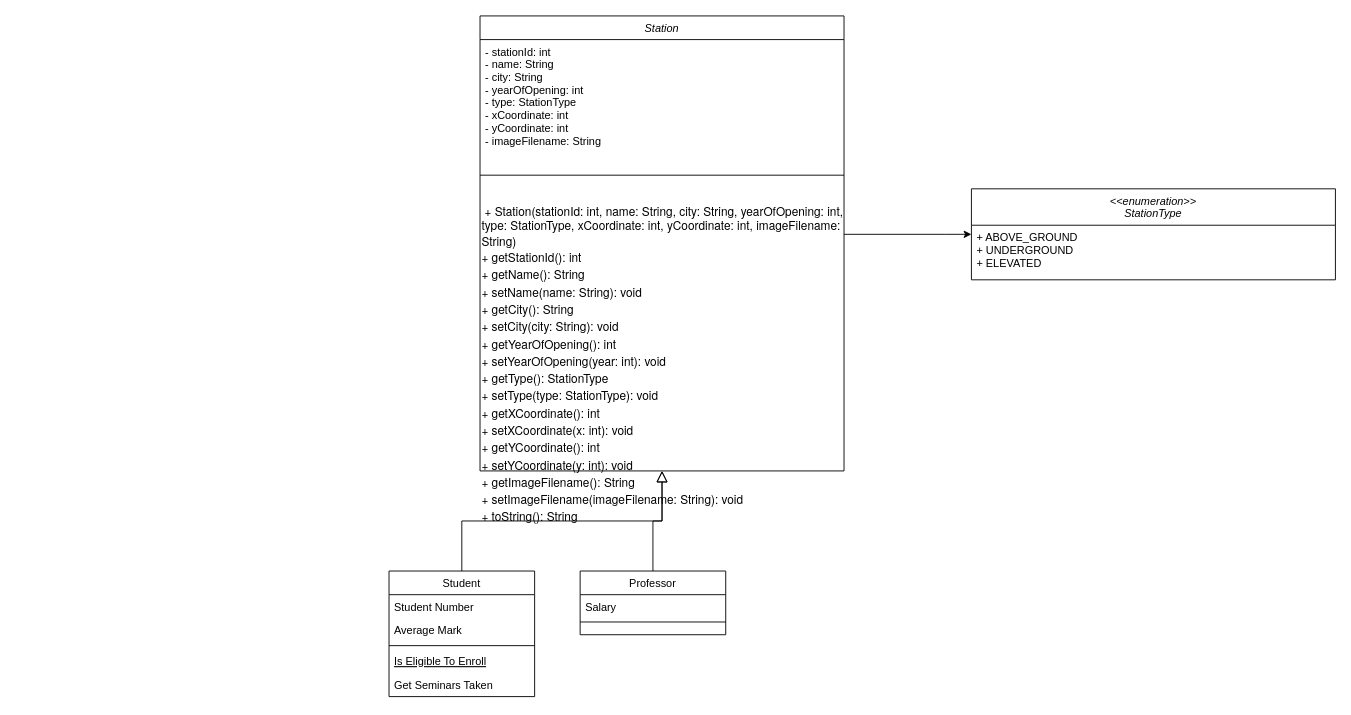
This is Untitled Diagram.drawio from hkulas/intro-to-github, a draw.io file, before an edit. Source tidied: cells renumbered, new cells numbered last; positions are measured from the earlier drawing's top-left corner, leaving out a move shared by most shapes. Both pictures are drawn from the tidied source at 91%, with x=0, y=0 at pixel (389, 15).
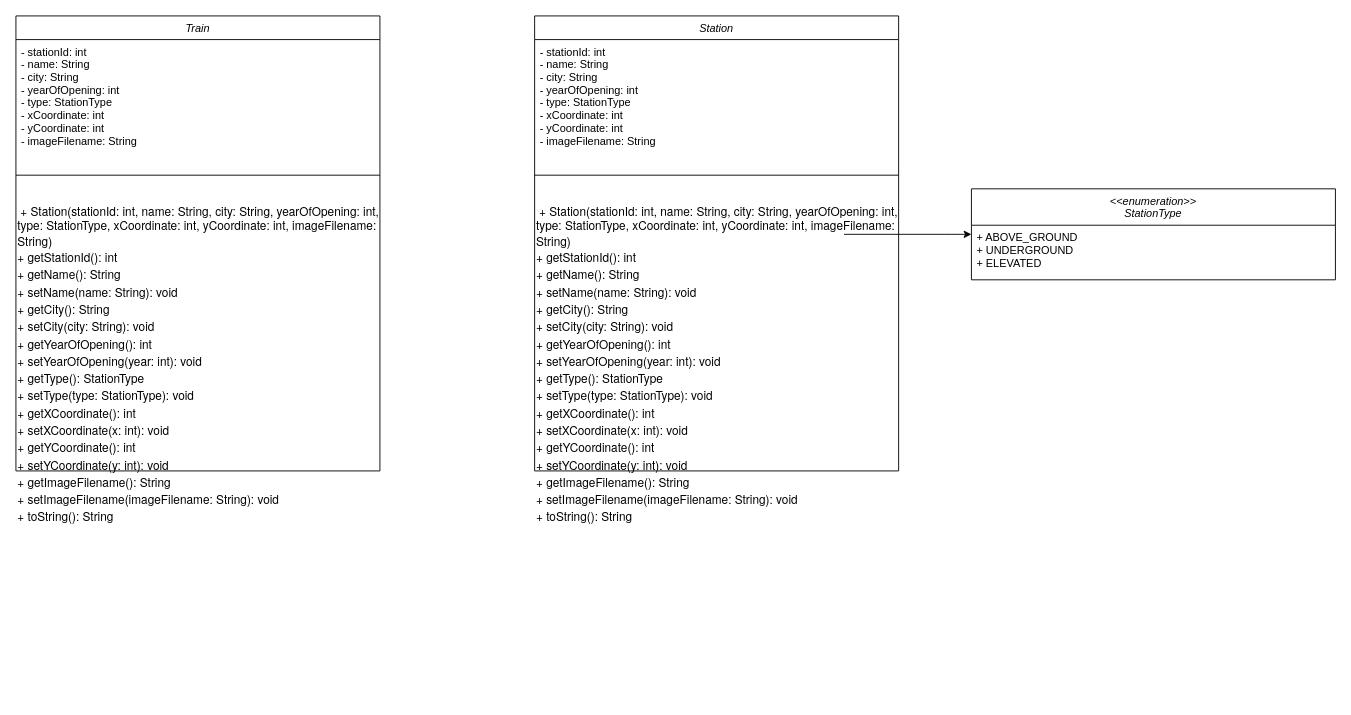
The same page after the edit.

What changed in the source:
```diff
@@
     <mxCell id="2" value="Station" style="swimlane;fontStyle=2;align=center;verticalAlign=top;horizontal=1;startSize=26;rounded=0;shadow=0;strokeWidth=1;" parent="1" vertex="1">
-      <mxGeometry x="100" width="400" height="500" as="geometry" />
+      <mxGeometry x="160" width="400" height="500" as="geometry" />
     </mxCell>
@@
-    <mxCell id="7" value="Student" style="swimlane;fontStyle=0;align=center;verticalAlign=top;horizontal=1;startSize=26;rounded=0;shadow=0;strokeWidth=1;" parent="1" vertex="1">
-      <mxGeometry y="610" width="160" height="138" as="geometry" />
-    </mxCell>
-    <mxCell id="8" value="Student Number" style="text;align=left;verticalAlign=top;spacingLeft=4;spacingRight=4;overflow=hidden;" parent="7" vertex="1">
-      <mxGeometry y="26" width="160" height="26" as="geometry" />
-    </mxCell>
-    <mxCell id="9" value="Average Mark" style="text;align=left;verticalAlign=top;spacingLeft=4;spacingRight=4;overflow=hidden;rounded=0;shadow=0;html=0;" parent="7" vertex="1">
-      <mxGeometry y="52" width="160" height="26" as="geometry" />
-    </mxCell>
-    <mxCell id="10" style="line;html=1;strokeWidth=1;align=left;verticalAlign=middle;spacingTop=-1;spacingLeft=3;spacingRight=3;labelPosition=right;" parent="7" vertex="1">
-      <mxGeometry y="78" width="160" height="8" as="geometry" />
-    </mxCell>
-    <mxCell id="11" value="Is Eligible To Enroll" style="text;align=left;verticalAlign=top;spacingLeft=4;spacingRight=4;overflow=hidden;fontStyle=4;" parent="7" vertex="1">
-      <mxGeometry y="86" width="160" height="26" as="geometry" />
-    </mxCell>
-    <mxCell id="12" value="Get Seminars Taken" style="text;align=left;verticalAlign=top;spacingLeft=4;spacingRight=4;overflow=hidden;" parent="7" vertex="1">
-      <mxGeometry y="112" width="160" height="26" as="geometry" />
-    </mxCell>
-    <mxCell id="13" style="endArrow=block;endSize=10;endFill=0;shadow=0;strokeWidth=1;rounded=0;curved=0;edgeStyle=elbowEdgeStyle;elbow=vertical;" parent="1" edge="1" source="7" target="2">
-      <mxGeometry relative="1" as="geometry" />
-    </mxCell>
-    <mxCell id="14" value="Professor" style="swimlane;fontStyle=0;align=center;verticalAlign=top;horizontal=1;startSize=26;rounded=0;shadow=0;strokeWidth=1;" parent="1" vertex="1">
-      <mxGeometry x="210" y="610" width="160" height="70" as="geometry" />
-    </mxCell>
-    <mxCell id="15" value="Salary" style="text;align=left;verticalAlign=top;spacingLeft=4;spacingRight=4;overflow=hidden;" parent="14" vertex="1">
-      <mxGeometry y="26" width="160" height="26" as="geometry" />
-    </mxCell>
-    <mxCell id="16" style="line;html=1;strokeWidth=1;align=left;verticalAlign=middle;spacingTop=-1;spacingLeft=3;spacingRight=3;labelPosition=right;" parent="14" vertex="1">
-      <mxGeometry y="52" width="160" height="8" as="geometry" />
-    </mxCell>
-    <mxCell id="17" style="endArrow=block;endSize=10;endFill=0;shadow=0;strokeWidth=1;rounded=0;curved=0;edgeStyle=elbowEdgeStyle;elbow=vertical;" parent="1" edge="1" source="14" target="2">
-      <mxGeometry relative="1" as="geometry" />
-    </mxCell>
@@
+    <mxCell id="22" value="Train" style="swimlane;fontStyle=2;align=center;verticalAlign=top;horizontal=1;startSize=26;rounded=0;shadow=0;strokeWidth=1;" parent="1" vertex="1">
+      <mxGeometry x="-410" width="400" height="500" as="geometry" />
+    </mxCell>
+    <mxCell id="23" value="- stationId: int   &#10;- name: String   &#10;- city: String   &#10;- yearOfOpening: int   &#10;- type: StationType   &#10;- xCoordinate: int   &#10;- yCoordinate: int   &#10;- imageFilename: String" style="text;align=left;verticalAlign=top;spacingLeft=4;spacingRight=4;overflow=hidden;" parent="22" vertex="1">
+      <mxGeometry y="26" width="400" height="124" as="geometry" />
+    </mxCell>
+    <mxCell id="24" value="&lt;div style=&quot;forced-color-adjust: none; padding: 0px; margin: 0px;&quot;&gt;&lt;br style=&quot;forced-color-adjust: none; padding: 0px; margin: 0px; color: rgb(0, 0, 0); font-family: Helvetica; font-size: 12px; font-style: normal; font-variant-ligatures: normal; font-variant-caps: normal; font-weight: 400; letter-spacing: normal; orphans: 2; text-align: left; text-indent: 0px; text-transform: none; widows: 2; word-spacing: 0px; -webkit-text-stroke-width: 0px; white-space: nowrap; background-color: rgb(251, 251, 251); text-decoration-thickness: initial; text-decoration-style: initial; text-decoration-color: initial;&quot;&gt;&lt;/div&gt;" style="text;whiteSpace=wrap;html=1;" parent="22" vertex="1">
+      <mxGeometry y="150" width="400" as="geometry" />
+    </mxCell>
+    <mxCell id="25" style="line;html=1;strokeWidth=1;align=left;verticalAlign=middle;spacingTop=-1;spacingLeft=3;spacingRight=3;labelPosition=right;" parent="22" vertex="1">
+      <mxGeometry y="150" width="400" height="50" as="geometry" />
+    </mxCell>
+    <mxCell id="26" value="&amp;nbsp;&lt;span style=&quot;font-family: &amp;quot;Helvetica Neue&amp;quot;; font-size: 13px; background-color: initial;&quot;&gt;+ Station(stationId: int, name: String, city: String, yearOfOpening: int, type: StationType, xCoordinate: int, yCoordinate: int, imageFilename: String)&lt;/span&gt;&lt;span style=&quot;font-family: &amp;quot;Helvetica Neue&amp;quot;; font-size: 13px; background-color: initial;&quot; class=&quot;Apple-converted-space&quot;&gt;&amp;nbsp; &amp;nbsp;&lt;/span&gt;&lt;p style=&quot;margin: 0px; font-variant-numeric: normal; font-variant-east-asian: normal; font-variant-alternates: normal; font-kerning: auto; font-optical-sizing: auto; font-feature-settings: normal; font-variation-settings: normal; font-variant-position: normal; font-stretch: normal; font-size: 13px; line-height: normal; font-family: &amp;quot;Helvetica Neue&amp;quot;;&quot; class=&quot;p1&quot;&gt;+ getStationId(): int&lt;/p&gt;&lt;p style=&quot;margin: 0px; font-variant-numeric: normal; font-variant-east-asian: normal; font-variant-alternates: normal; font-kerning: auto; font-optical-sizing: auto; font-feature-settings: normal; font-variation-settings: normal; font-variant-position: normal; font-stretch: normal; font-size: 13px; line-height: normal; font-family: &amp;quot;Helvetica Neue&amp;quot;;&quot; class=&quot;p1&quot;&gt;+ getName(): String&lt;span class=&quot;Apple-converted-space&quot;&gt;&amp;nbsp;&lt;/span&gt;&lt;/p&gt;&lt;p style=&quot;margin: 0px; font-variant-numeric: normal; font-variant-east-asian: normal; font-variant-alternates: normal; font-kerning: auto; font-optical-sizing: auto; font-feature-settings: normal; font-variation-settings: normal; font-variant-position: normal; font-stretch: normal; font-size: 13px; line-height: normal; font-family: &amp;quot;Helvetica Neue&amp;quot;;&quot; class=&quot;p1&quot;&gt;+ setName(name: String): void &lt;span class=&quot;Apple-converted-space&quot;&gt;&amp;nbsp;&lt;/span&gt;&lt;/p&gt;&lt;p style=&quot;margin: 0px; font-variant-numeric: normal; font-variant-east-asian: normal; font-variant-alternates: normal; font-kerning: auto; font-optical-sizing: auto; font-feature-settings: normal; font-variation-settings: normal; font-variant-position: normal; font-stretch: normal; font-size: 13px; line-height: normal; font-family: &amp;quot;Helvetica Neue&amp;quot;;&quot; class=&quot;p1&quot;&gt;+ getCity(): String&lt;span class=&quot;Apple-converted-space&quot;&gt;&amp;nbsp; &amp;nbsp;&lt;/span&gt;&lt;/p&gt;&lt;p style=&quot;margin: 0px; font-variant-numeric: normal; font-variant-east-asian: normal; font-variant-alternates: normal; font-kerning: auto; font-optical-sizing: auto; font-feature-settings: normal; font-variation-settings: normal; font-variant-position: normal; font-stretch: normal; font-size: 13px; line-height: normal; font-family: &amp;quot;Helvetica Neue&amp;quot;;&quot; class=&quot;p1&quot;&gt;+ setCity(city: String): void&lt;span class=&quot;Apple-converted-space&quot;&gt;&amp;nbsp; &amp;nbsp;&lt;/span&gt;&lt;/p&gt;&lt;p style=&quot;margin: 0px; font-variant-numeric: normal; font-variant-east-asian: normal; font-variant-alternates: normal; font-kerning: auto; font-optical-sizing: auto; font-feature-settings: normal; font-variation-settings: normal; font-variant-position: normal; font-stretch: normal; font-size: 13px; line-height: normal; font-family: &amp;quot;Helvetica Neue&amp;quot;;&quot; class=&quot;p1&quot;&gt;+ getYearOfOpening(): int&lt;span class=&quot;Apple-converted-space&quot;&gt;&amp;nbsp; &amp;nbsp;&lt;/span&gt;&lt;/p&gt;&lt;p style=&quot;margin: 0px; font-variant-numeric: normal; font-variant-east-asian: normal; font-variant-alternates: normal; font-kerning: auto; font-optical-sizing: auto; font-feature-settings: normal; font-variation-settings: normal; font-variant-position: normal; font-stretch: normal; font-size: 13px; line-height: normal; font-family: &amp;quot;Helvetica Neue&amp;quot;;&quot; class=&quot;p1&quot;&gt;+ setYearOfOpening(year: int): void&lt;span class=&quot;Apple-converted-space&quot;&gt;&amp;nbsp; &amp;nbsp;&lt;/span&gt;&lt;/p&gt;&lt;p style=&quot;margin: 0px; font-variant-numeric: normal; font-variant-east-asian: normal; font-variant-alternates: normal; font-kerning: auto; font-optical-sizing: auto; font-feature-settings: normal; font-variation-settings: normal; font-variant-position: normal; font-stretch: normal; font-size: 13px; line-height: normal; font-family: &amp;quot;Helvetica Neue&amp;quot;;&quot; class=&quot;p1&quot;&gt;+ getType(): StationType&lt;span class=&quot;Apple-converted-space&quot;&gt;&amp;nbsp; &amp;nbsp;&lt;/span&gt;&lt;/p&gt;&lt;p style=&quot;margin: 0px; font-variant-numeric: normal; font-variant-east-asian: normal; font-variant-alternates: normal; font-kerning: auto; font-optical-sizing: auto; font-feature-settings: normal; font-variation-settings: normal; font-variant-position: normal; font-stretch: normal; font-size: 13px; line-height: normal; font-family: &amp;quot;Helvetica Neue&amp;quot;;&quot; class=&quot;p1&quot;&gt;+ setType(type: StationType): void&lt;span class=&quot;Apple-converted-space&quot;&gt;&amp;nbsp; &amp;nbsp;&lt;/span&gt;&lt;/p&gt;&lt;p style=&quot;margin: 0px; font-variant-numeric: normal; font-variant-east-asian: normal; font-variant-alternates: normal; font-kerning: auto; font-optical-sizing: auto; font-feature-settings: normal; font-variation-settings: normal; font-variant-position: normal; font-stretch: normal; font-size: 13px; line-height: normal; font-family: &amp;quot;Helvetica Neue&amp;quot;;&quot; class=&quot;p1&quot;&gt;+ getXCoordinate(): int&lt;span class=&quot;Apple-converted-space&quot;&gt;&amp;nbsp; &amp;nbsp;&lt;/span&gt;&lt;/p&gt;&lt;p style=&quot;margin: 0px; font-variant-numeric: normal; font-variant-east-asian: normal; font-variant-alternates: normal; font-kerning: auto; font-optical-sizing: auto; font-feature-settings: normal; font-variation-settings: normal; font-variant-position: normal; font-stretch: normal; font-size: 13px; line-height: normal; font-family: &amp;quot;Helvetica Neue&amp;quot;;&quot; class=&quot;p1&quot;&gt;+ setXCoordinate(x: int): void&lt;span class=&quot;Apple-converted-space&quot;&gt;&amp;nbsp; &amp;nbsp;&lt;/span&gt;&lt;/p&gt;&lt;p style=&quot;margin: 0px; font-variant-numeric: normal; font-variant-east-asian: normal; font-variant-alternates: normal; font-kerning: auto; font-optical-sizing: auto; font-feature-settings: normal; font-variation-settings: normal; font-variant-position: normal; font-stretch: normal; font-size: 13px; line-height: normal; font-family: &amp;quot;Helvetica Neue&amp;quot;;&quot; class=&quot;p1&quot;&gt;+ getYCoordinate(): int&lt;span class=&quot;Apple-converted-space&quot;&gt;&amp;nbsp; &amp;nbsp;&lt;/span&gt;&lt;/p&gt;&lt;p style=&quot;margin: 0px; font-variant-numeric: normal; font-variant-east-asian: normal; font-variant-alternates: normal; font-kerning: auto; font-optical-sizing: auto; font-feature-settings: normal; font-variation-settings: normal; font-variant-position: normal; font-stretch: normal; font-size: 13px; line-height: normal; font-family: &amp;quot;Helvetica Neue&amp;quot;;&quot; class=&quot;p1&quot;&gt;+ setYCoordinate(y: int): void&lt;span class=&quot;Apple-converted-space&quot;&gt;&amp;nbsp; &amp;nbsp;&lt;/span&gt;&lt;/p&gt;&lt;p style=&quot;margin: 0px; font-variant-numeric: normal; font-variant-east-asian: normal; font-variant-alternates: normal; font-kerning: auto; font-optical-sizing: auto; font-feature-settings: normal; font-variation-settings: normal; font-variant-position: normal; font-stretch: normal; font-size: 13px; line-height: normal; font-family: &amp;quot;Helvetica Neue&amp;quot;;&quot; class=&quot;p1&quot;&gt;+ getImageFilename(): String&lt;span class=&quot;Apple-converted-space&quot;&gt;&amp;nbsp; &amp;nbsp;&lt;/span&gt;&lt;/p&gt;&lt;p style=&quot;margin: 0px; font-variant-numeric: normal; font-variant-east-asian: normal; font-variant-alternates: normal; font-kerning: auto; font-optical-sizing: auto; font-feature-settings: normal; font-variation-settings: normal; font-variant-position: normal; font-stretch: normal; font-size: 13px; line-height: normal; font-family: &amp;quot;Helvetica Neue&amp;quot;;&quot; class=&quot;p1&quot;&gt;+ setImageFilename(imageFilename: String): void&lt;span class=&quot;Apple-converted-space&quot;&gt;&amp;nbsp; &amp;nbsp;&lt;/span&gt;&lt;/p&gt;&lt;p style=&quot;margin: 0px; font-variant-numeric: normal; font-variant-east-asian: normal; font-variant-alternates: normal; font-kerning: auto; font-optical-sizing: auto; font-feature-settings: normal; font-variation-settings: normal; font-variant-position: normal; font-stretch: normal; font-size: 13px; line-height: normal; font-family: &amp;quot;Helvetica Neue&amp;quot;;&quot; class=&quot;p1&quot;&gt;+ toString(): String&lt;/p&gt;" style="text;whiteSpace=wrap;html=1;" parent="22" vertex="1">
+      <mxGeometry y="200" width="400" height="300" as="geometry" />
+    </mxCell>
```
